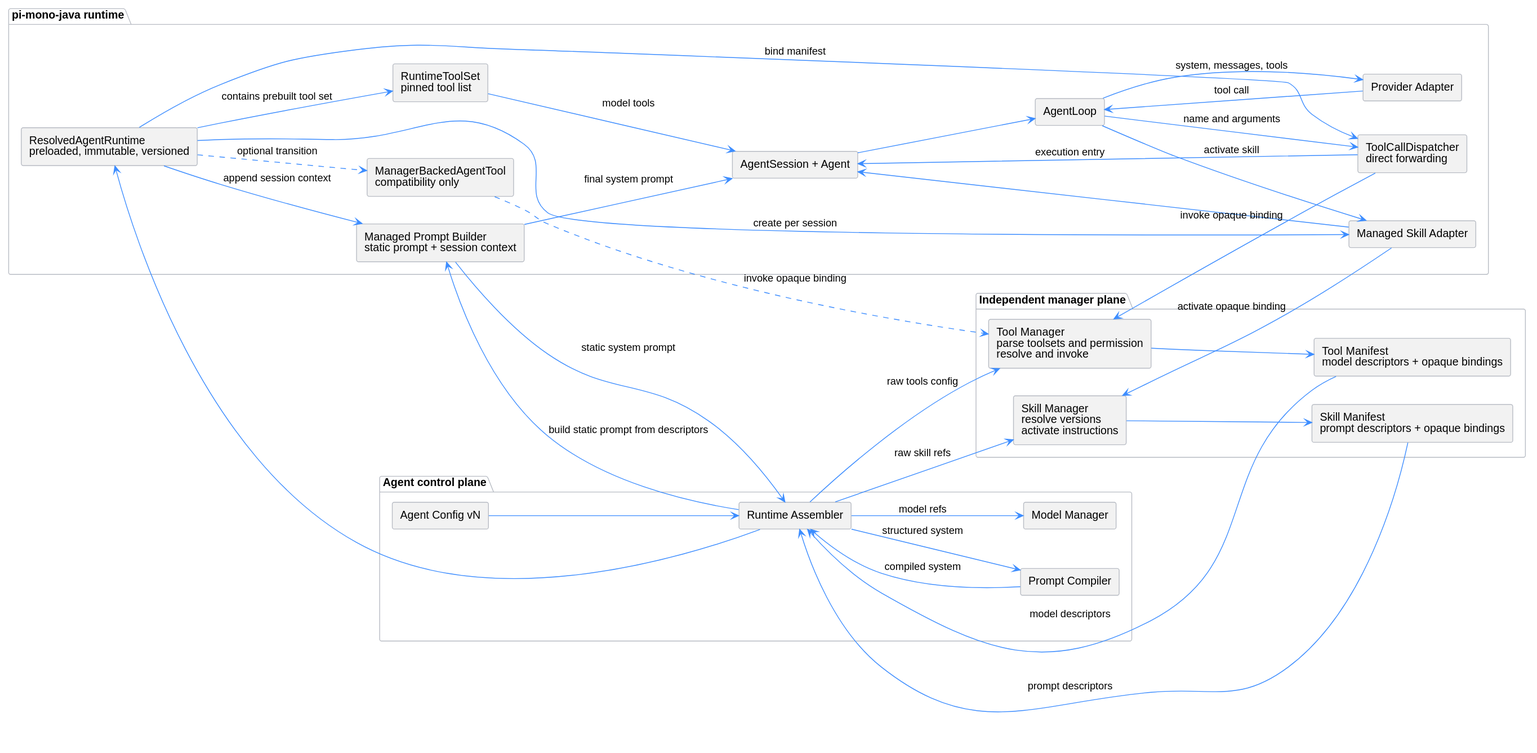
This is managed-agent-session/external_tool_manager_architecture.svg from superheromeZzh/pi-mono-java-design, a PlantUML export, as it was before one commit.
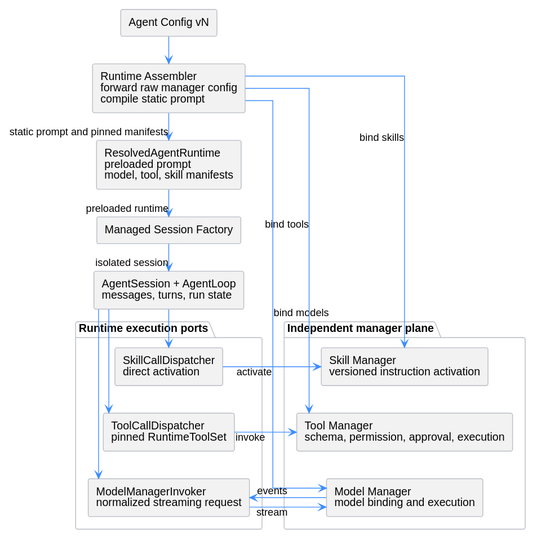
After the change.

Commit message:
docs: define manager-backed agent execution

Change to the diagram source:
```diff
@@ -4,66 +4,45 @@
 skinparam backgroundColor white
 skinparam defaultFontName Helvetica
 skinparam shadowing false
+skinparam linetype ortho
 skinparam ArrowColor #3D8DFF
 skinparam packageBorderColor #B8BCC4
 skinparam packageBackgroundColor white
 skinparam rectangleBorderColor #B8BCC4
 skinparam rectangleBackgroundColor #F2F2F2
 
-package "Agent control plane" {
-  rectangle "Agent Config vN" as Config
-  rectangle "Runtime Assembler" as Assembler
-  rectangle "Prompt Compiler" as Prompt
-  rectangle "Model Manager" as ModelManager
+rectangle "Agent Config vN" as Config
+rectangle "Runtime Assembler\nforward raw manager config\ncompile static prompt" as Assembler
+rectangle "ResolvedAgentRuntime\npreloaded prompt\nmodel, tool, skill manifests" as Runtime
+rectangle "Managed Session Factory" as Factory
+rectangle "AgentSession + AgentLoop\nmessages, turns, run state" as Loop
+
+package "Runtime execution ports" {
+  rectangle "ModelManagerInvoker\nnormalized streaming request" as ModelInvoker
+  rectangle "ToolCallDispatcher\npinned RuntimeToolSet" as Dispatcher
+  rectangle "SkillCallDispatcher\ndirect activation" as SkillDispatcher
 }
 
 package "Independent manager plane" {
-  rectangle "Tool Manager\nparse toolsets and permission\nresolve and invoke" as ToolManager
-  rectangle "Skill Manager\nresolve versions\nactivate instructions" as SkillManager
-  rectangle "Tool Manifest\nmodel descriptors + opaque bindings" as ToolManifest
-  rectangle "Skill Manifest\nprompt descriptors + opaque bindings" as SkillManifest
+  rectangle "Model Manager\nmodel binding and execution" as ModelManager
+  rectangle "Tool Manager\nschema, permission, approval, execution" as ToolManager
+  rectangle "Skill Manager\nversioned instruction activation" as SkillManager
 }
 
-package "pi-mono-java runtime" {
-  rectangle "ResolvedAgentRuntime\npreloaded, immutable, versioned" as Runtime
-  rectangle "RuntimeToolSet\npinned tool list" as ToolSet
-  rectangle "ToolCallDispatcher\ndirect forwarding" as Dispatcher
-  rectangle "Managed Skill Adapter" as SkillAdapter
-  rectangle "Managed Prompt Builder\nstatic prompt + session context" as ManagedPrompt
-  rectangle "AgentSession + Agent" as Session
-  rectangle "AgentLoop" as Loop
-  rectangle "Provider Adapter" as ProviderAdapter
-  rectangle "ManagerBackedAgentTool\ncompatibility only" as CompatAdapter
-}
+Config -right-> Assembler
+Assembler -right-> Runtime: static prompt and pinned manifests
+Runtime -right-> Factory: preloaded runtime
+Factory -right-> Loop: isolated session
 
-Config --> Assembler
-Assembler --> ToolManager: raw tools config
-Assembler --> SkillManager: raw skill refs
-Assembler --> ModelManager: model refs
-Assembler --> Prompt: structured system
-ToolManager --> ToolManifest
-SkillManager --> SkillManifest
-ToolManifest --> Assembler: model descriptors
-SkillManifest --> Assembler: prompt descriptors
-Prompt --> Assembler: compiled system
-Assembler --> ManagedPrompt: build static prompt from descriptors
-ManagedPrompt --> Assembler: static system prompt
-Assembler --> Runtime
-Runtime --> ToolSet: contains prebuilt tool set
-Runtime --> Dispatcher: bind manifest
-Runtime --> SkillAdapter: create per session
-Runtime --> ManagedPrompt: append session context
-ManagedPrompt --> Session: final system prompt
-ToolSet --> Session: model tools
-Dispatcher --> Session: execution entry
-SkillAdapter --> Session
-Session --> Loop
-Loop --> ProviderAdapter: system, messages, tools
-ProviderAdapter --> Loop: tool call
-Loop --> Dispatcher: name and arguments
-Dispatcher --> ToolManager: invoke opaque binding
-Loop --> SkillAdapter: activate skill
-SkillAdapter --> SkillManager: activate opaque binding
-Runtime ..> CompatAdapter: optional transition
-CompatAdapter ..> ToolManager: invoke opaque binding
+Assembler --> ModelManager: bind models
+Assembler --> ToolManager: bind tools
+Assembler --> SkillManager: bind skills
+
+Loop -right-> ModelInvoker
+ModelInvoker --> ModelManager: stream
+ModelManager --> ModelInvoker: events
+Loop -right-> Dispatcher
+Dispatcher --> ToolManager: invoke
+Loop -right-> SkillDispatcher
+SkillDispatcher --> SkillManager: activate
 @enduml
```
